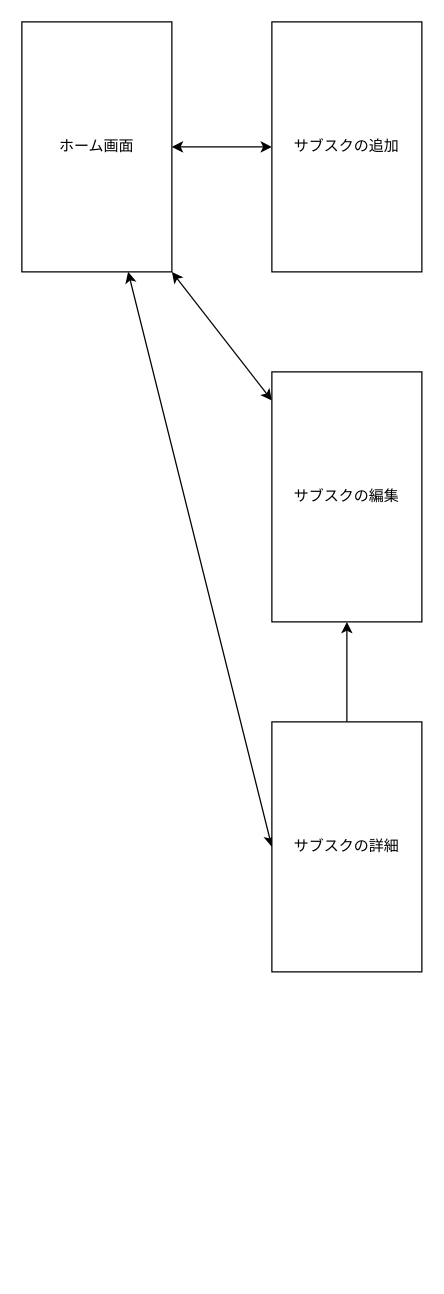
Earlier version of the draw.io diagram doc/ Screen_Design/root.dio (ruteru64/SubsCompass). Source tidied: cells renumbered, new cells numbered last; positions are measured from the earlier drawing's top-left corner, leaving out a move shared by most shapes. Both pictures are drawn from the tidied source at 125%, with x=0, y=0 at pixel (21, 21).
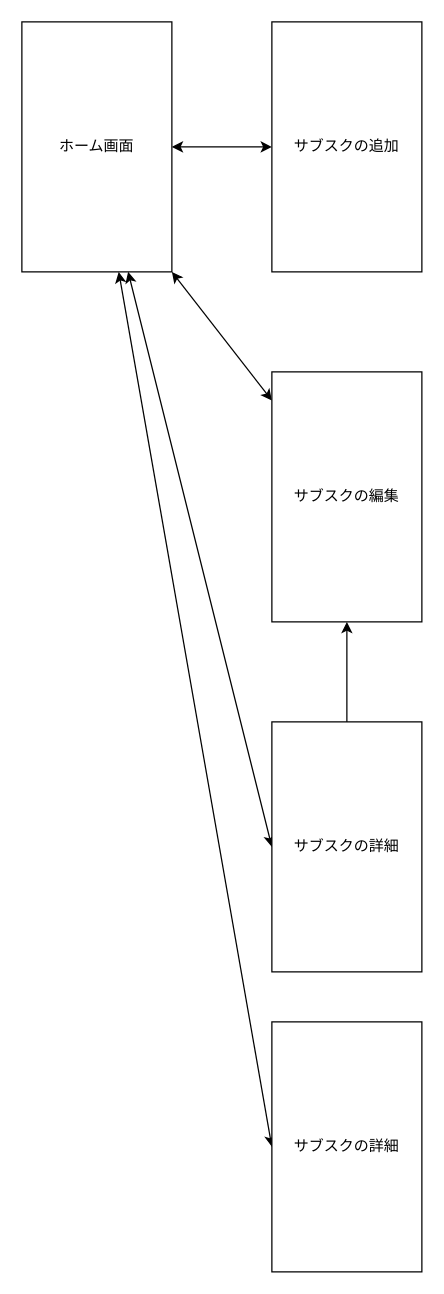
After the change.

Diff of the diagram source:
```diff
@@
 <mxGraphModel>
   <root>
     <mxCell id="0" />
     <mxCell id="1" parent="0" />
     <mxCell id="2" style="edgeStyle=none;html=1;entryX=0;entryY=0.5;entryDx=0;entryDy=0;startArrow=classic;startFill=1;" parent="1" edge="1" source="4" target="5">
       <mxGeometry relative="1" as="geometry" />
     </mxCell>
     <mxCell id="3" style="edgeStyle=none;html=1;entryX=0;entryY=0.5;entryDx=0;entryDy=0;startArrow=classic;startFill=1;" parent="1" edge="1" source="4" target="9">
       <mxGeometry relative="1" as="geometry" />
     </mxCell>
+    <mxCell id="10" style="edgeStyle=none;html=1;entryX=0;entryY=0.5;entryDx=0;entryDy=0;startArrow=classic;startFill=1;endArrow=classic;endFill=1;" parent="1" edge="1" source="4" target="11">
+      <mxGeometry relative="1" as="geometry" />
+    </mxCell>
     <mxCell id="4" value="ホーム画面" style="rounded=0;whiteSpace=wrap;html=1;" parent="1" vertex="1">
       <mxGeometry width="120" height="200" as="geometry" />
     </mxCell>
     <mxCell id="5" value="サブスクの追加" style="rounded=0;whiteSpace=wrap;html=1;" parent="1" vertex="1">
       <mxGeometry x="200" width="120" height="200" as="geometry" />
     </mxCell>
     <mxCell id="6" style="edgeStyle=none;html=1;entryX=1;entryY=1;entryDx=0;entryDy=0;startArrow=classic;startFill=1;" parent="1" edge="1" source="7" target="4">
       <mxGeometry relative="1" as="geometry" />
     </mxCell>
     <mxCell id="7" value="サブスクの編集" style="rounded=0;whiteSpace=wrap;html=1;" parent="1" vertex="1">
       <mxGeometry x="200" y="280" width="120" height="200" as="geometry" />
     </mxCell>
     <mxCell id="8" style="edgeStyle=none;html=1;entryX=0.5;entryY=1;entryDx=0;entryDy=0;startArrow=none;startFill=0;" parent="1" edge="1" source="9" target="7">
       <mxGeometry relative="1" as="geometry" />
     </mxCell>
     <mxCell id="9" value="サブスクの詳細" style="rounded=0;whiteSpace=wrap;html=1;" parent="1" vertex="1">
       <mxGeometry x="200" y="560" width="120" height="200" as="geometry" />
     </mxCell>
+    <mxCell id="11" value="サブスクの詳細" style="rounded=0;whiteSpace=wrap;html=1;" parent="1" vertex="1">
+      <mxGeometry x="200" y="800" width="120" height="200" as="geometry" />
+    </mxCell>
   </root>
 </mxGraphModel>
```
